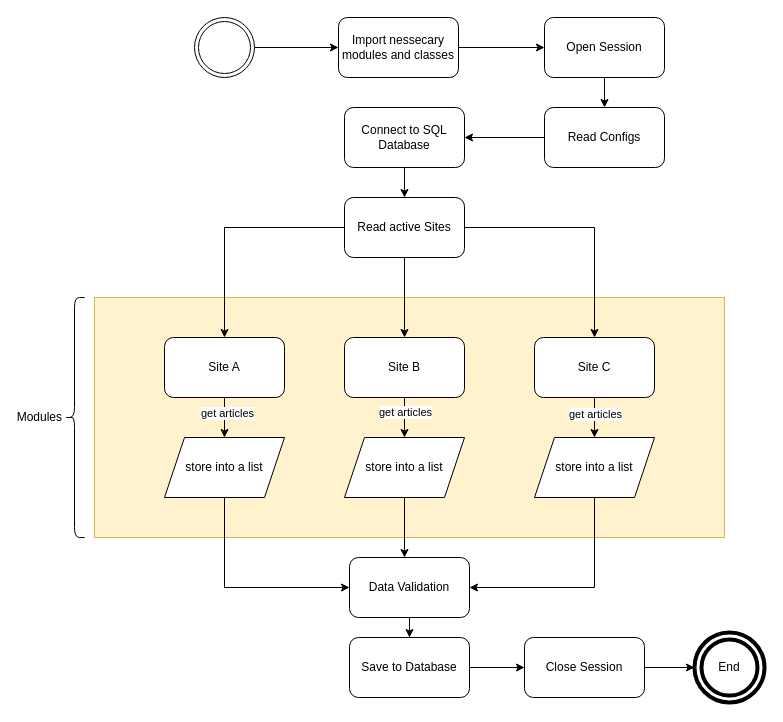
Above: diagrams/scrape_articles_workflow.drawio in giaoHTWnguyen/BoschNewsWebscraper (draw.io), before the change. Source tidied: cells renumbered, new cells numbered last; positions are measured from the earlier drawing's top-left corner, leaving out a move shared by most shapes. Both pictures are drawn from the tidied source at 100%, with x=0, y=0 at pixel (64, 17).
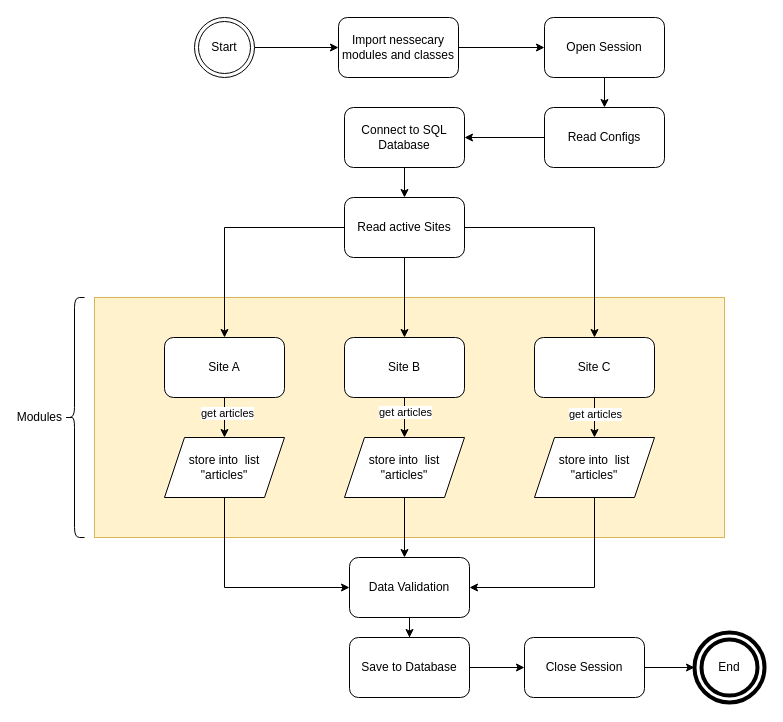
The same diagram, later.

Change to the diagram source:
```diff
@@
-    <mxCell id="4" style="ellipse;shape=doubleEllipse;html=1;dashed=0;whiteSpace=wrap;" parent="1" vertex="1">
+    <mxCell id="4" value="Start" style="ellipse;shape=doubleEllipse;html=1;dashed=0;whiteSpace=wrap;" parent="1" vertex="1">
       <mxGeometry x="130" width="60" height="60" as="geometry" />
     </mxCell>
@@
-    <mxCell id="21" value="store into a list" style="shape=parallelogram;perimeter=parallelogramPerimeter;whiteSpace=wrap;html=1;fixedSize=1;" parent="1" vertex="1">
+    <mxCell id="21" value="store into&amp;nbsp; list &quot;articles&quot;" style="shape=parallelogram;perimeter=parallelogramPerimeter;whiteSpace=wrap;html=1;fixedSize=1;" parent="1" vertex="1">
       <mxGeometry x="100" y="420" width="120" height="60" as="geometry" />
     </mxCell>
@@
-    <mxCell id="35" value="store into a list" style="shape=parallelogram;perimeter=parallelogramPerimeter;whiteSpace=wrap;html=1;fixedSize=1;" parent="1" vertex="1">
+    <mxCell id="35" value="store into&amp;nbsp; list &quot;articles&quot;" style="shape=parallelogram;perimeter=parallelogramPerimeter;whiteSpace=wrap;html=1;fixedSize=1;" parent="1" vertex="1">
       <mxGeometry x="280" y="420" width="120" height="60" as="geometry" />
     </mxCell>
@@
-    <mxCell id="37" value="store into a list" style="shape=parallelogram;perimeter=parallelogramPerimeter;whiteSpace=wrap;html=1;fixedSize=1;" parent="1" vertex="1">
+    <mxCell id="37" value="store into&amp;nbsp; list &quot;articles&quot;" style="shape=parallelogram;perimeter=parallelogramPerimeter;whiteSpace=wrap;html=1;fixedSize=1;" parent="1" vertex="1">
       <mxGeometry x="470" y="420" width="120" height="60" as="geometry" />
     </mxCell>
```
